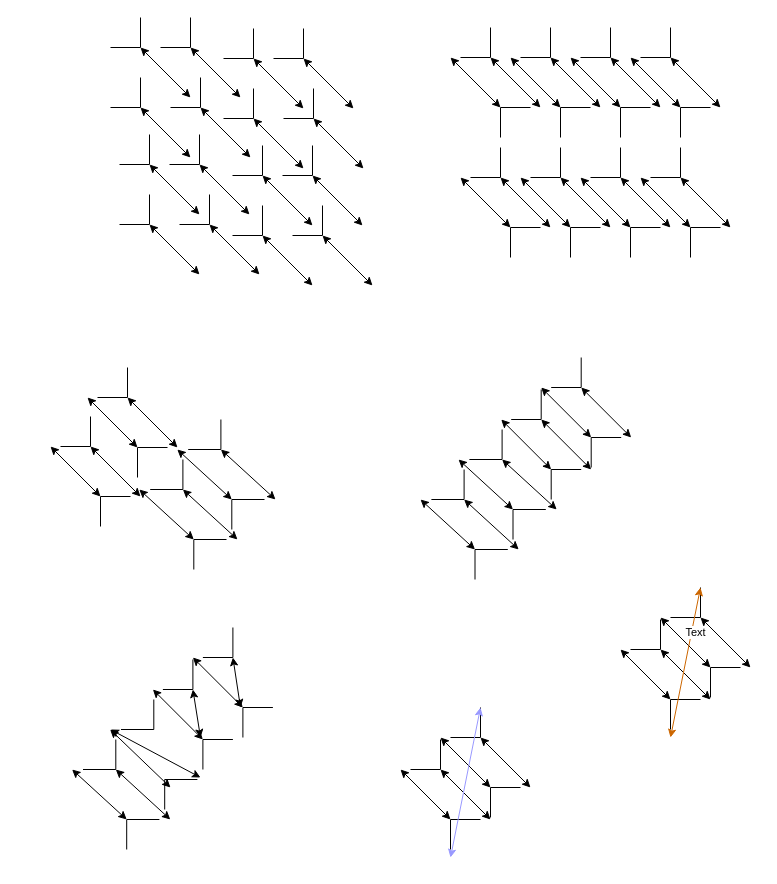
Earlier version of the draw.io diagram page "Page-2" (2 of 2) of Vector_decomp.drawio (rebelclause/AI). Source tidied: cells renumbered, new cells numbered last; positions are measured from the earlier drawing's top-left corner, leaving out a move shared by most shapes. Both pictures are drawn from the tidied source at 100%, with x=0, y=0 at pixel (40, 7).
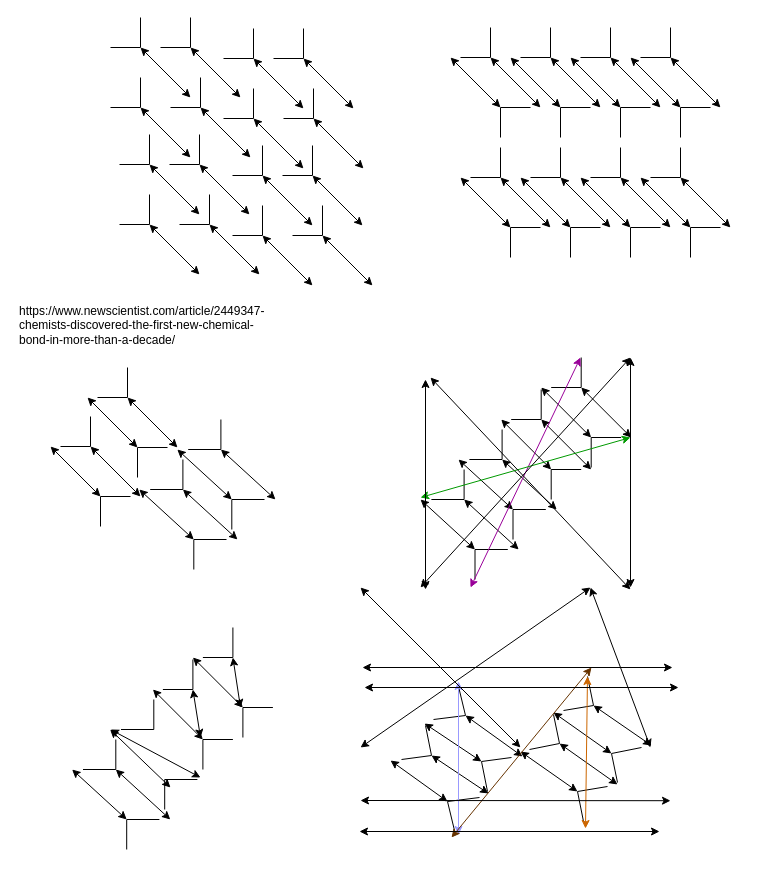
Above is the later version.

The edit, as a diff of the source:
```diff
@@
-    <mxCell id="270" style="group;" parent="1" vertex="1">
-      <mxGeometry x="360" y="700" width="130" height="142" as="geometry" />
-    </mxCell>
-    <mxCell id="271" style="endArrow=classic;startArrow=classic;html=1;rounded=0;" parent="270" edge="1">
-      <mxGeometry relative="1" as="geometry">
-        <mxPoint x="90" y="112" as="sourcePoint" />
-        <mxPoint x="40" y="62" as="targetPoint" />
-      </mxGeometry>
-    </mxCell>
-    <mxCell id="272" style="endArrow=none;html=1;rounded=0;" parent="270" edge="1">
-      <mxGeometry relative="1" as="geometry">
-        <mxPoint x="40" y="62" as="sourcePoint" />
-        <mxPoint x="10" y="62" as="targetPoint" />
-      </mxGeometry>
-    </mxCell>
-    <mxCell id="273" style="endArrow=none;html=1;rounded=0;" parent="270" edge="1">
-      <mxGeometry relative="1" as="geometry">
-        <mxPoint x="40" y="62" as="sourcePoint" />
-        <mxPoint x="40" y="32" as="targetPoint" />
-      </mxGeometry>
-    </mxCell>
-    <mxCell id="274" style="endArrow=classic;startArrow=classic;html=1;rounded=0;" parent="270" edge="1">
-      <mxGeometry relative="1" as="geometry">
-        <mxPoint x="130" y="80" as="sourcePoint" />
-        <mxPoint x="80" y="30" as="targetPoint" />
-      </mxGeometry>
-    </mxCell>
-    <mxCell id="275" style="endArrow=none;html=1;rounded=0;" parent="270" edge="1">
-      <mxGeometry relative="1" as="geometry">
-        <mxPoint x="80" y="30" as="sourcePoint" />
-        <mxPoint x="50" y="30" as="targetPoint" />
-      </mxGeometry>
-    </mxCell>
-    <mxCell id="276" style="endArrow=none;html=1;rounded=0;" parent="270" edge="1">
-      <mxGeometry relative="1" as="geometry">
-        <mxPoint x="80" y="30" as="sourcePoint" />
-        <mxPoint x="80" as="targetPoint" />
-      </mxGeometry>
-    </mxCell>
-    <mxCell id="277" style="endArrow=classic;startArrow=classic;html=1;rounded=0;" parent="270" edge="1">
-      <mxGeometry relative="1" as="geometry">
-        <mxPoint x="40" y="30" as="sourcePoint" />
-        <mxPoint x="90" y="80" as="targetPoint" />
-      </mxGeometry>
-    </mxCell>
-    <mxCell id="278" style="endArrow=none;html=1;rounded=0;" parent="270" edge="1">
-      <mxGeometry relative="1" as="geometry">
-        <mxPoint x="90" y="80" as="sourcePoint" />
-        <mxPoint x="120" y="80" as="targetPoint" />
-      </mxGeometry>
-    </mxCell>
-    <mxCell id="279" style="endArrow=none;html=1;rounded=0;" parent="270" edge="1">
-      <mxGeometry relative="1" as="geometry">
-        <mxPoint x="90" y="80" as="sourcePoint" />
-        <mxPoint x="90" y="110" as="targetPoint" />
-      </mxGeometry>
-    </mxCell>
-    <mxCell id="280" style="endArrow=classic;startArrow=classic;html=1;rounded=0;" parent="270" edge="1">
-      <mxGeometry relative="1" as="geometry">
-        <mxPoint y="62" as="sourcePoint" />
-        <mxPoint x="50" y="112" as="targetPoint" />
-      </mxGeometry>
-    </mxCell>
-    <mxCell id="281" style="endArrow=none;html=1;rounded=0;" parent="270" edge="1">
-      <mxGeometry relative="1" as="geometry">
-        <mxPoint x="50" y="112" as="sourcePoint" />
-        <mxPoint x="80" y="112" as="targetPoint" />
-      </mxGeometry>
-    </mxCell>
-    <mxCell id="282" style="endArrow=none;html=1;rounded=0;" parent="270" edge="1">
-      <mxGeometry relative="1" as="geometry">
-        <mxPoint x="50" y="112" as="sourcePoint" />
-        <mxPoint x="50" y="142" as="targetPoint" />
-      </mxGeometry>
-    </mxCell>
-    <mxCell id="283" style="endArrow=classic;startArrow=classic;html=1;rounded=0;strokeColor=#9999FF;" parent="1" edge="1">
-      <mxGeometry relative="1" as="geometry">
-        <mxPoint x="410" y="850" as="sourcePoint" />
-        <mxPoint x="440" y="700" as="targetPoint" />
-      </mxGeometry>
-    </mxCell>
+    <mxCell id="300" value="https://www.newscientist.com/article/2449347-chemists-discovered-the-first-new-chemical-bond-in-more-than-a-decade/" style="text;whiteSpace=wrap;html=1;" parent="1" vertex="1">
+      <mxGeometry x="-23" y="290" width="220" height="50" as="geometry" />
+    </mxCell>
+    <mxCell id="301" style="group;rotation=0;" parent="1" vertex="1">
+      <mxGeometry x="340" y="660" width="283.6" height="172.3" as="geometry" />
+    </mxCell>
-    <mxCell id="284" style="group;" parent="1" vertex="1">
-      <mxGeometry x="580" y="580" width="130" height="150" as="geometry" />
+    <mxCell id="284" style="group;rotation=-10;" parent="301" vertex="1">
+      <mxGeometry x="141" y="10" width="130" height="152" as="geometry" />
     </mxCell>
-    <mxCell id="285" style="group;" parent="284" vertex="1">
-      <mxGeometry width="130" height="142" as="geometry" />
+    <mxCell id="285" style="group;rotation=-10;" parent="284" vertex="1">
+      <mxGeometry width="130" height="152" as="geometry" />
     </mxCell>
     <mxCell id="286" style="endArrow=classic;startArrow=classic;html=1;rounded=0;" parent="285" edge="1">
       <mxGeometry relative="1" as="geometry">
-        <mxPoint x="90" y="112" as="sourcePoint" />
-        <mxPoint x="40" y="62" as="targetPoint" />
+        <mxPoint x="96" y="107" as="sourcePoint" />
+        <mxPoint x="38" y="66" as="targetPoint" />
       </mxGeometry>
     </mxCell>
     <mxCell id="287" style="endArrow=none;html=1;rounded=0;" parent="285" edge="1">
       <mxGeometry relative="1" as="geometry">
-        <mxPoint x="40" y="62" as="sourcePoint" />
-        <mxPoint x="10" y="62" as="targetPoint" />
+        <mxPoint x="38" y="66" as="sourcePoint" />
+        <mxPoint x="8" y="72" as="targetPoint" />
       </mxGeometry>
     </mxCell>
     <mxCell id="288" style="endArrow=none;html=1;rounded=0;" parent="285" edge="1">
       <mxGeometry relative="1" as="geometry">
-        <mxPoint x="40" y="62" as="sourcePoint" />
-        <mxPoint x="40" y="32" as="targetPoint" />
+        <mxPoint x="38" y="66" as="sourcePoint" />
+        <mxPoint x="32" y="37" as="targetPoint" />
       </mxGeometry>
     </mxCell>
     <mxCell id="289" style="endArrow=classic;startArrow=classic;html=1;rounded=0;" parent="285" edge="1">
       <mxGeometry relative="1" as="geometry">
-        <mxPoint x="130" y="80" as="sourcePoint" />
-        <mxPoint x="80" y="30" as="targetPoint" />
+        <mxPoint x="130" y="68" as="sourcePoint" />
+        <mxPoint x="72" y="28" as="targetPoint" />
       </mxGeometry>
     </mxCell>
     <mxCell id="290" style="endArrow=none;html=1;rounded=0;" parent="285" edge="1">
       <mxGeometry relative="1" as="geometry">
-        <mxPoint x="80" y="30" as="sourcePoint" />
-        <mxPoint x="50" y="30" as="targetPoint" />
+        <mxPoint x="72" y="28" as="sourcePoint" />
+        <mxPoint x="42" y="33" as="targetPoint" />
       </mxGeometry>
     </mxCell>
     <mxCell id="291" style="endArrow=none;html=1;rounded=0;" parent="285" edge="1">
       <mxGeometry relative="1" as="geometry">
-        <mxPoint x="80" y="30" as="sourcePoint" />
-        <mxPoint x="80" as="targetPoint" />
+        <mxPoint x="72" y="28" as="sourcePoint" />
+        <mxPoint x="66" y="-1" as="targetPoint" />
       </mxGeometry>
     </mxCell>
     <mxCell id="292" style="endArrow=classic;startArrow=classic;html=1;rounded=0;" parent="285" edge="1">
       <mxGeometry relative="1" as="geometry">
-        <mxPoint x="40" y="30" as="sourcePoint" />
-        <mxPoint x="90" y="80" as="targetPoint" />
+        <mxPoint x="32" y="35" as="sourcePoint" />
+        <mxPoint x="90" y="76" as="targetPoint" />
       </mxGeometry>
     </mxCell>
     <mxCell id="293" style="endArrow=none;html=1;rounded=0;" parent="285" edge="1">
       <mxGeometry relative="1" as="geometry">
-        <mxPoint x="90" y="80" as="sourcePoint" />
-        <mxPoint x="120" y="80" as="targetPoint" />
+        <mxPoint x="90" y="76" as="sourcePoint" />
+        <mxPoint x="120" y="70" as="targetPoint" />
       </mxGeometry>
     </mxCell>
     <mxCell id="294" style="endArrow=none;html=1;rounded=0;" parent="285" edge="1">
       <mxGeometry relative="1" as="geometry">
-        <mxPoint x="90" y="80" as="sourcePoint" />
-        <mxPoint x="90" y="110" as="targetPoint" />
+        <mxPoint x="90" y="76" as="sourcePoint" />
+        <mxPoint x="96" y="105" as="targetPoint" />
       </mxGeometry>
     </mxCell>
     <mxCell id="295" style="endArrow=classic;startArrow=classic;html=1;rounded=0;" parent="285" edge="1">
       <mxGeometry relative="1" as="geometry">
-        <mxPoint y="62" as="sourcePoint" />
-        <mxPoint x="50" y="112" as="targetPoint" />
+        <mxPoint x="-1" y="74" as="sourcePoint" />
+        <mxPoint x="56" y="114" as="targetPoint" />
       </mxGeometry>
     </mxCell>
     <mxCell id="296" style="endArrow=none;html=1;rounded=0;" parent="285" edge="1">
       <mxGeometry relative="1" as="geometry">
-        <mxPoint x="50" y="112" as="sourcePoint" />
-        <mxPoint x="80" y="112" as="targetPoint" />
+        <mxPoint x="56" y="114" as="sourcePoint" />
+        <mxPoint x="86" y="109" as="targetPoint" />
       </mxGeometry>
     </mxCell>
     <mxCell id="297" style="endArrow=none;html=1;rounded=0;" parent="285" edge="1">
       <mxGeometry relative="1" as="geometry">
-        <mxPoint x="50" y="112" as="sourcePoint" />
-        <mxPoint x="50" y="142" as="targetPoint" />
+        <mxPoint x="56" y="114" as="sourcePoint" />
+        <mxPoint x="62" y="144" as="targetPoint" />
       </mxGeometry>
     </mxCell>
     <mxCell id="298" style="endArrow=classic;startArrow=classic;html=1;rounded=0;strokeColor=#CC6600;" parent="284" edge="1">
       <mxGeometry relative="1" as="geometry">
-        <mxPoint x="50" y="150" as="sourcePoint" />
-        <mxPoint x="80" as="targetPoint" />
+        <mxPoint x="64" y="151" as="sourcePoint" />
+        <mxPoint x="66" y="-1" as="targetPoint" />
       </mxGeometry>
     </mxCell>
-    <mxCell id="299" value="Text" style="edgeLabel;html=1;align=center;verticalAlign=middle;" parent="298" vertex="1">
-      <mxGeometry x="0.41" y="-3" relative="1" as="geometry" />
-    </mxCell>
+    <mxCell id="270" style="group;rotation=-10;" parent="301" vertex="1">
+      <mxGeometry x="11" y="20" width="130" height="142" as="geometry" />
+    </mxCell>
+    <mxCell id="271" style="endArrow=classic;startArrow=classic;html=1;rounded=0;" parent="270" edge="1">
+      <mxGeometry relative="1" as="geometry">
+        <mxPoint x="97" y="106" as="sourcePoint" />
+        <mxPoint x="40" y="68" as="targetPoint" />
+      </mxGeometry>
+    </mxCell>
+    <mxCell id="272" style="endArrow=none;html=1;rounded=0;" parent="270" edge="1">
+      <mxGeometry relative="1" as="geometry">
+        <mxPoint x="40" y="68" as="sourcePoint" />
+        <mxPoint x="10" y="72" as="targetPoint" />
+      </mxGeometry>
+    </mxCell>
+    <mxCell id="273" style="endArrow=none;html=1;rounded=0;" parent="270" edge="1">
+      <mxGeometry relative="1" as="geometry">
+        <mxPoint x="40" y="68" as="sourcePoint" />
+        <mxPoint x="34" y="38" as="targetPoint" />
+      </mxGeometry>
+    </mxCell>
+    <mxCell id="274" style="endArrow=classic;startArrow=classic;html=1;rounded=0;" parent="270" edge="1">
+      <mxGeometry relative="1" as="geometry">
+        <mxPoint x="131" y="69" as="sourcePoint" />
+        <mxPoint x="74" y="28" as="targetPoint" />
+      </mxGeometry>
+    </mxCell>
+    <mxCell id="275" style="endArrow=none;html=1;rounded=0;" parent="270" edge="1">
+      <mxGeometry relative="1" as="geometry">
+        <mxPoint x="74" y="28" as="sourcePoint" />
+        <mxPoint x="42" y="32" as="targetPoint" />
+      </mxGeometry>
+    </mxCell>
+    <mxCell id="276" style="endArrow=none;html=1;rounded=0;" parent="270" edge="1">
+      <mxGeometry relative="1" as="geometry">
+        <mxPoint x="74" y="28" as="sourcePoint" />
+        <mxPoint x="67" y="-1" as="targetPoint" />
+      </mxGeometry>
+    </mxCell>
+    <mxCell id="277" style="endArrow=classic;startArrow=classic;html=1;rounded=0;" parent="270" edge="1">
+      <mxGeometry relative="1" as="geometry">
+        <mxPoint x="33" y="36" as="sourcePoint" />
+        <mxPoint x="90" y="74" as="targetPoint" />
+      </mxGeometry>
+    </mxCell>
+    <mxCell id="278" style="endArrow=none;html=1;rounded=0;" parent="270" edge="1">
+      <mxGeometry relative="1" as="geometry">
+        <mxPoint x="90" y="74" as="sourcePoint" />
+        <mxPoint x="120" y="70" as="targetPoint" />
+      </mxGeometry>
+    </mxCell>
+    <mxCell id="279" style="endArrow=none;html=1;rounded=0;" parent="270" edge="1">
+      <mxGeometry relative="1" as="geometry">
+        <mxPoint x="90" y="74" as="sourcePoint" />
+        <mxPoint x="96" y="104" as="targetPoint" />
+      </mxGeometry>
+    </mxCell>
+    <mxCell id="280" style="endArrow=classic;startArrow=classic;html=1;rounded=0;" parent="270" edge="1">
+      <mxGeometry relative="1" as="geometry">
+        <mxPoint x="-1" y="73" as="sourcePoint" />
+        <mxPoint x="56" y="114" as="targetPoint" />
+      </mxGeometry>
+    </mxCell>
+    <mxCell id="281" style="endArrow=none;html=1;rounded=0;" parent="270" edge="1">
+      <mxGeometry relative="1" as="geometry">
+        <mxPoint x="56" y="114" as="sourcePoint" />
+        <mxPoint x="88" y="110" as="targetPoint" />
+      </mxGeometry>
+    </mxCell>
+    <mxCell id="282" style="endArrow=none;html=1;rounded=0;" parent="270" edge="1">
+      <mxGeometry relative="1" as="geometry">
+        <mxPoint x="56" y="114" as="sourcePoint" />
+        <mxPoint x="63" y="143" as="targetPoint" />
+      </mxGeometry>
+    </mxCell>
+    <mxCell id="283" style="endArrow=classic;startArrow=classic;html=1;rounded=0;strokeColor=#9999FF;" parent="270" edge="1">
+      <mxGeometry relative="1" as="geometry">
+        <mxPoint x="67" y="147" as="sourcePoint" />
+        <mxPoint x="67" y="-6" as="targetPoint" />
+      </mxGeometry>
+    </mxCell>
+    <mxCell id="302" style="endArrow=classic;startArrow=classic;html=1;rounded=0;strokeColor=#663300;" parent="270" edge="1">
+      <mxGeometry relative="1" as="geometry">
+        <mxPoint x="60" y="150" as="sourcePoint" />
+        <mxPoint x="200" y="-20" as="targetPoint" />
+      </mxGeometry>
+    </mxCell>
+    <mxCell id="303" style="endArrow=classic;startArrow=classic;html=1;rounded=0;" parent="270" edge="1">
+      <mxGeometry relative="1" as="geometry">
+        <mxPoint x="-27" as="sourcePoint" />
+        <mxPoint x="287" as="targetPoint" />
+      </mxGeometry>
+    </mxCell>
+    <mxCell id="304" style="endArrow=classic;startArrow=classic;html=1;rounded=0;" parent="301" edge="1">
+      <mxGeometry relative="1" as="geometry">
+        <mxPoint x="290" y="133.2" as="sourcePoint" />
+        <mxPoint x="-20" y="133" as="targetPoint" />
+      </mxGeometry>
+    </mxCell>
+    <mxCell id="305" style="endArrow=classic;startArrow=classic;html=1;rounded=0;strokeColor=#990099;" parent="1" edge="1">
+      <mxGeometry relative="1" as="geometry">
+        <mxPoint x="540" y="350" as="sourcePoint" />
+        <mxPoint x="430" y="580" as="targetPoint" />
+      </mxGeometry>
+    </mxCell>
+    <mxCell id="306" style="endArrow=classic;startArrow=classic;html=1;rounded=0;strokeColor=#009900;" parent="1" edge="1">
+      <mxGeometry relative="1" as="geometry">
+        <mxPoint x="590" y="430" as="sourcePoint" />
+        <mxPoint x="380" y="490" as="targetPoint" />
+      </mxGeometry>
+    </mxCell>
+    <mxCell id="307" style="endArrow=classic;startArrow=classic;html=1;rounded=0;" parent="1" edge="1">
+      <mxGeometry relative="1" as="geometry">
+        <mxPoint x="550" y="580" as="sourcePoint" />
+        <mxPoint x="320" y="740" as="targetPoint" />
+      </mxGeometry>
+    </mxCell>
+    <mxCell id="308" style="endArrow=classic;startArrow=classic;html=1;rounded=0;" parent="1" edge="1">
+      <mxGeometry relative="1" as="geometry">
+        <mxPoint x="480" y="740" as="sourcePoint" />
+        <mxPoint x="320" y="580" as="targetPoint" />
+      </mxGeometry>
+    </mxCell>
+    <mxCell id="309" style="endArrow=classic;startArrow=classic;html=1;rounded=0;" parent="1" edge="1">
+      <mxGeometry relative="1" as="geometry">
+        <mxPoint x="610" y="740" as="sourcePoint" />
+        <mxPoint x="550" y="580" as="targetPoint" />
+      </mxGeometry>
+    </mxCell>
+    <mxCell id="310" style="endArrow=classic;startArrow=classic;html=1;rounded=0;" parent="1" edge="1">
+      <mxGeometry relative="1" as="geometry">
+        <mxPoint x="322" y="660" as="sourcePoint" />
+        <mxPoint x="632" y="660" as="targetPoint" />
+      </mxGeometry>
+    </mxCell>
+    <mxCell id="311" style="endArrow=classic;startArrow=classic;html=1;rounded=0;" parent="1" edge="1">
+      <mxGeometry relative="1" as="geometry">
+        <mxPoint x="590" y="580" as="sourcePoint" />
+        <mxPoint x="590" y="350" as="targetPoint" />
+      </mxGeometry>
+    </mxCell>
+    <mxCell id="312" style="endArrow=classic;startArrow=classic;html=1;rounded=0;" parent="1" edge="1">
+      <mxGeometry relative="1" as="geometry">
+        <mxPoint x="319" y="824" as="sourcePoint" />
+        <mxPoint x="619" y="824" as="targetPoint" />
+      </mxGeometry>
+    </mxCell>
+    <mxCell id="313" style="endArrow=classic;startArrow=classic;html=1;rounded=0;" parent="1" edge="1">
+      <mxGeometry relative="1" as="geometry">
+        <mxPoint x="590" y="582" as="sourcePoint" />
+        <mxPoint x="390" y="370" as="targetPoint" />
+      </mxGeometry>
+    </mxCell>
+    <mxCell id="314" style="endArrow=classic;startArrow=classic;html=1;rounded=0;" parent="1" edge="1">
+      <mxGeometry relative="1" as="geometry">
+        <mxPoint x="380" y="580" as="sourcePoint" />
+        <mxPoint x="590" y="350" as="targetPoint" />
+      </mxGeometry>
+    </mxCell>
+    <mxCell id="315" style="endArrow=classic;startArrow=classic;html=1;rounded=0;" parent="1" edge="1">
+      <mxGeometry relative="1" as="geometry">
+        <mxPoint x="385" y="372" as="sourcePoint" />
+        <mxPoint x="385" y="582" as="targetPoint" />
+      </mxGeometry>
+    </mxCell>
```
